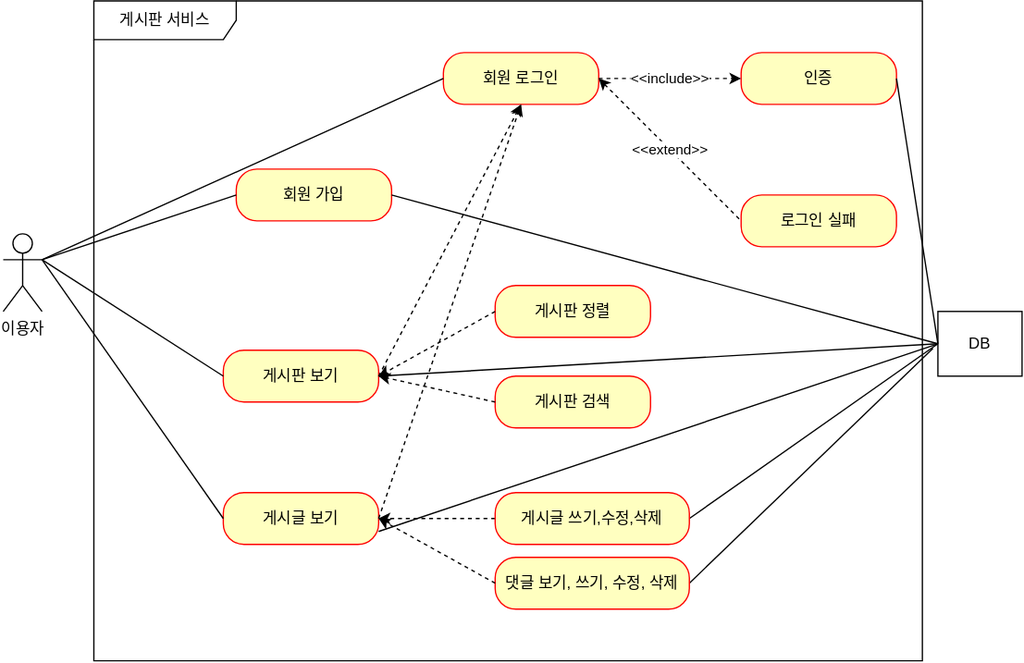
Before: document/use-case.svg, a diagram exported from draw.io (jy-hwang/fastcampus-project-board). Source tidied: cells renumbered, new cells last; positions are measured from the earlier drawing's top-left corner, leaving out a move shared by most shapes.
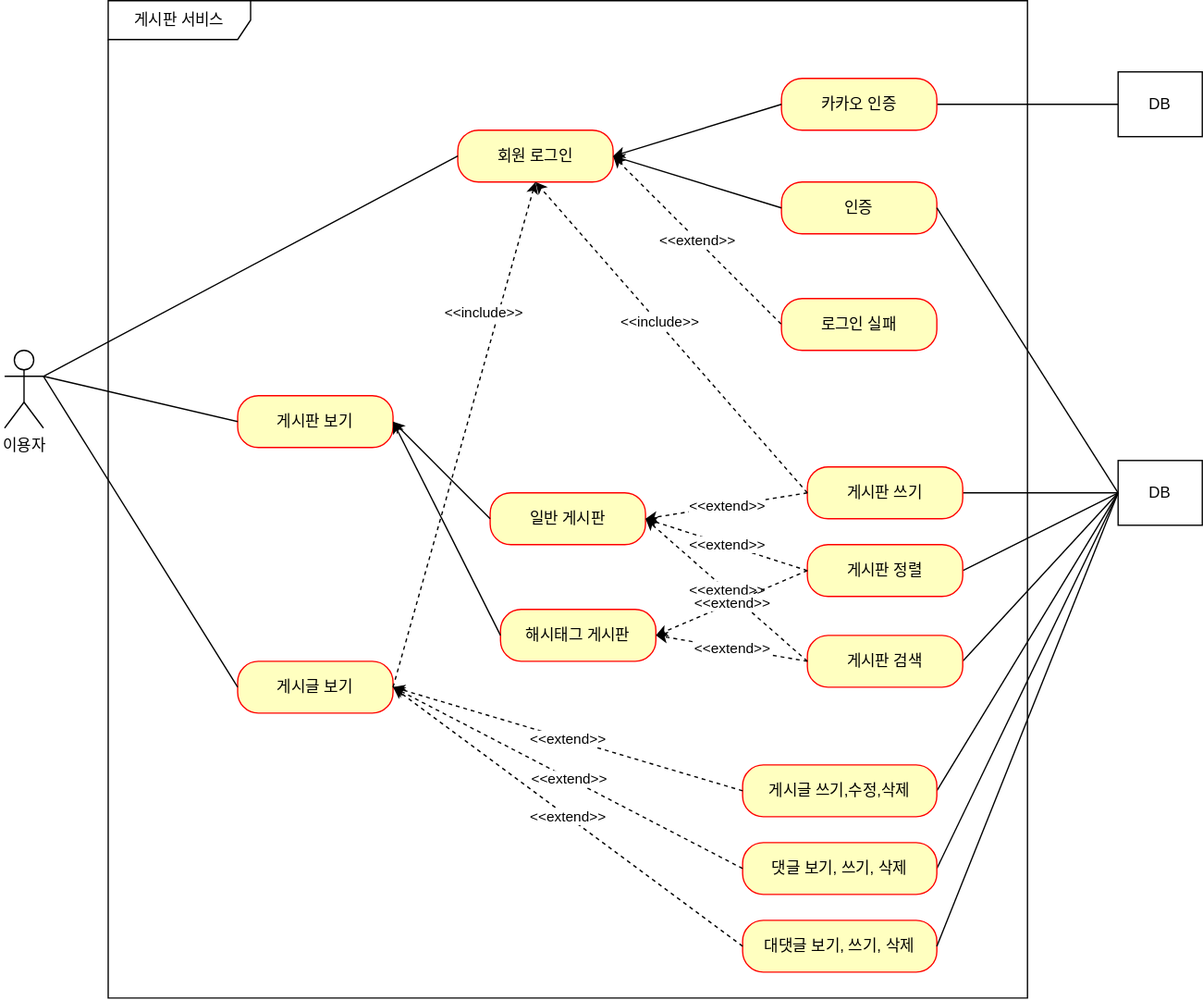
Above is the later version.

Commit message:
#58 - use-case.svg : 카카오 인증 유스 케이스 추가(대댓글은 미리 표현하였음)

What changed in the source:
```diff
@@ -3,53 +3,47 @@
     <mxCell id="0" />
     <mxCell id="1" parent="0" />
     <mxCell id="2" value="이용자&lt;br&gt;" style="shape=umlActor;verticalLabelPosition=bottom;verticalAlign=top;html=1;" parent="1" vertex="1">
-      <mxGeometry y="180" width="30" height="60" as="geometry" />
+      <mxGeometry x="-10" y="10" width="30" height="60" as="geometry" />
     </mxCell>
     <mxCell id="3" value="게시판 서비스" style="shape=umlFrame;whiteSpace=wrap;html=1;width=110;height=30;" parent="1" vertex="1">
-      <mxGeometry x="70" width="640" height="510" as="geometry" />
+      <mxGeometry x="70" y="-260" width="710" height="770" as="geometry" />
     </mxCell>
-    <mxCell id="4" value="회원 가입" style="rounded=1;whiteSpace=wrap;html=1;arcSize=40;fontColor=#000000;fillColor=#ffffc0;strokeColor=#ff0000;" parent="1" vertex="1">
-      <mxGeometry x="180" y="130" width="120" height="40" as="geometry" />
-    </mxCell>
     <mxCell id="5" value="게시판 보기" style="rounded=1;whiteSpace=wrap;html=1;arcSize=40;fontColor=#000000;fillColor=#ffffc0;strokeColor=#ff0000;" parent="1" vertex="1">
-      <mxGeometry x="170" y="270" width="120" height="40" as="geometry" />
+      <mxGeometry x="170" y="45" width="120" height="40" as="geometry" />
     </mxCell>
     <mxCell id="6" value="게시글 보기" style="rounded=1;whiteSpace=wrap;html=1;arcSize=40;fontColor=#000000;fillColor=#ffffc0;strokeColor=#ff0000;" parent="1" vertex="1">
-      <mxGeometry x="170" y="380" width="120" height="40" as="geometry" />
+      <mxGeometry x="170" y="250" width="120" height="40" as="geometry" />
     </mxCell>
     <mxCell id="7" value="회원 로그인" style="rounded=1;whiteSpace=wrap;html=1;arcSize=40;fontColor=#000000;fillColor=#ffffc0;strokeColor=#ff0000;" parent="1" vertex="1">
-      <mxGeometry x="340" y="40" width="120" height="40" as="geometry" />
+      <mxGeometry x="340" y="-160" width="120" height="40" as="geometry" />
     </mxCell>
     <mxCell id="8" value="인증" style="rounded=1;whiteSpace=wrap;html=1;arcSize=40;fontColor=#000000;fillColor=#ffffc0;strokeColor=#ff0000;" parent="1" vertex="1">
-      <mxGeometry x="570" y="40" width="120" height="40" as="geometry" />
+      <mxGeometry x="590" y="-120" width="120" height="40" as="geometry" />
     </mxCell>
     <mxCell id="9" value="로그인 실패" style="rounded=1;whiteSpace=wrap;html=1;arcSize=40;fontColor=#000000;fillColor=#ffffc0;strokeColor=#ff0000;" parent="1" vertex="1">
-      <mxGeometry x="570" y="150" width="120" height="40" as="geometry" />
+      <mxGeometry x="590" y="-30" width="120" height="40" as="geometry" />
     </mxCell>
+    <mxCell id="33" style="rounded=0;jettySize=auto;html=1;endArrow=none;endFill=0;" parent="1" edge="1" source="10" target="28">
+      <mxGeometry relative="1" as="geometry" />
+    </mxCell>
-    <mxCell id="10" value="게시판 정렬" style="rounded=1;whiteSpace=wrap;html=1;arcSize=40;fontColor=#000000;fillColor=#ffffc0;strokeColor=#ff0000;" parent="1" vertex="1">
-      <mxGeometry x="380" y="220" width="120" height="40" as="geometry" />
+    <mxCell id="10" value="게시판 쓰기" style="rounded=1;whiteSpace=wrap;html=1;arcSize=40;fontColor=#000000;fillColor=#ffffc0;strokeColor=#ff0000;" parent="1" vertex="1">
+      <mxGeometry x="610" y="100" width="120" height="40" as="geometry" />
     </mxCell>
-    <mxCell id="11" value="게시판 검색" style="rounded=1;whiteSpace=wrap;html=1;arcSize=40;fontColor=#000000;fillColor=#ffffc0;strokeColor=#ff0000;" parent="1" vertex="1">
-      <mxGeometry x="380" y="290" width="120" height="40" as="geometry" />
+    <mxCell id="11" value="해시태그 게시판" style="rounded=1;whiteSpace=wrap;html=1;arcSize=40;fontColor=#000000;fillColor=#ffffc0;strokeColor=#ff0000;" parent="1" vertex="1">
+      <mxGeometry x="373" y="210" width="120" height="40" as="geometry" />
     </mxCell>
-    <mxCell id="12" style="edgeStyle=orthogonalEdgeStyle;rounded=0;jettySize=auto;html=1;dashed=1;" parent="1" edge="1" source="14" target="6">
-      <mxGeometry relative="1" as="geometry" />
-    </mxCell>
     <mxCell id="13" style="rounded=0;jettySize=auto;html=1;entryX=0;entryY=0.5;entryDx=0;entryDy=0;exitX=1;exitY=0.5;exitDx=0;exitDy=0;endArrow=none;endFill=0;" parent="1" edge="1" source="14" target="28">
       <mxGeometry relative="1" as="geometry" />
     </mxCell>
     <mxCell id="14" value="게시글 쓰기,수정,삭제" style="rounded=1;whiteSpace=wrap;html=1;arcSize=40;fontColor=#000000;fillColor=#ffffc0;strokeColor=#ff0000;" parent="1" vertex="1">
-      <mxGeometry x="380" y="380" width="150" height="40" as="geometry" />
+      <mxGeometry x="560" y="330" width="150" height="40" as="geometry" />
     </mxCell>
-    <mxCell id="15" style="rounded=0;jettySize=auto;html=1;entryX=-0.059;entryY=0.572;entryDx=0;entryDy=0;entryPerimeter=0;endArrow=none;endFill=0;exitX=1;exitY=0.5;exitDx=0;exitDy=0;" parent="1" edge="1" source="16" target="28">
+    <mxCell id="15" style="rounded=0;jettySize=auto;html=1;entryX=0;entryY=0.5;entryDx=0;entryDy=0;endArrow=none;endFill=0;exitX=1;exitY=0.5;exitDx=0;exitDy=0;" parent="1" edge="1" source="16" target="28">
       <mxGeometry relative="1" as="geometry" />
     </mxCell>
-    <mxCell id="16" value="댓글 보기, 쓰기, 수정, 삭제" style="rounded=1;whiteSpace=wrap;html=1;arcSize=40;fontColor=#000000;fillColor=#ffffc0;strokeColor=#ff0000;" parent="1" vertex="1">
-      <mxGeometry x="380" y="430" width="150" height="40" as="geometry" />
+    <mxCell id="16" value="댓글 보기, 쓰기, 삭제" style="rounded=1;whiteSpace=wrap;html=1;arcSize=40;fontColor=#000000;fillColor=#ffffc0;strokeColor=#ff0000;" parent="1" vertex="1">
+      <mxGeometry x="560" y="390" width="150" height="40" as="geometry" />
     </mxCell>
-    <mxCell id="17" style="endArrow=none;html=1;rounded=0;exitX=0;exitY=0.5;exitDx=0;exitDy=0;entryX=1;entryY=0.3333333333333333;entryDx=0;entryDy=0;entryPerimeter=0;endFill=0;" parent="1" edge="1" source="4" target="2">
-      <mxGeometry relative="1" as="geometry" />
-    </mxCell>
     <mxCell id="18" style="endArrow=none;html=1;rounded=0;entryX=0;entryY=0.5;entryDx=0;entryDy=0;exitX=1;exitY=0.3333333333333333;exitDx=0;exitDy=0;exitPerimeter=0;" parent="1" edge="1" source="2" target="7">
       <mxGeometry relative="1" as="geometry" />
     </mxCell>
@@ -59,45 +53,124 @@
     <mxCell id="20" style="endArrow=none;html=1;rounded=0;entryX=0;entryY=0.5;entryDx=0;entryDy=0;exitX=1;exitY=0.3333333333333333;exitDx=0;exitDy=0;exitPerimeter=0;" parent="1" edge="1" source="2" target="6">
       <mxGeometry relative="1" as="geometry" />
     </mxCell>
-    <mxCell id="21" value="&amp;lt;&amp;lt;include&amp;gt;&amp;gt;" style="endArrow=classic;html=1;rounded=0;entryX=0;entryY=0.5;entryDx=0;entryDy=0;exitX=1;exitY=0.5;exitDx=0;exitDy=0;dashed=1;endFill=1;" parent="1" edge="1" source="7" target="8">
-      <mxGeometry relative="1" as="geometry" />
-    </mxCell>
     <mxCell id="22" value="&amp;lt;&amp;lt;extend&amp;gt;&amp;gt;" style="endArrow=none;html=1;rounded=0;entryX=0;entryY=0.5;entryDx=0;entryDy=0;exitX=1;exitY=0.5;exitDx=0;exitDy=0;startArrow=classic;startFill=1;dashed=1;" parent="1" edge="1" source="7" target="9">
       <mxGeometry relative="1" as="geometry" />
     </mxCell>
-    <mxCell id="23" style="endArrow=classic;html=1;rounded=0;entryX=0.5;entryY=1;entryDx=0;entryDy=0;exitX=1;exitY=0.5;exitDx=0;exitDy=0;dashed=1;" parent="1" edge="1" source="5" target="7">
-      <mxGeometry relative="1" as="geometry" />
-    </mxCell>
-    <mxCell id="24" style="endArrow=classic;html=1;rounded=0;exitX=1;exitY=0.5;exitDx=0;exitDy=0;dashed=1;" parent="1" edge="1" source="6">
-      <mxGeometry relative="1" as="geometry">
-        <mxPoint x="400" y="80" as="targetPoint" />
-      </mxGeometry>
-    </mxCell>
-    <mxCell id="25" style="endArrow=classic;html=1;rounded=0;exitX=0;exitY=0.5;exitDx=0;exitDy=0;dashed=1;entryX=1;entryY=0.5;entryDx=0;entryDy=0;" parent="1" edge="1" source="10" target="5">
-      <mxGeometry relative="1" as="geometry" />
-    </mxCell>
-    <mxCell id="26" style="endArrow=classic;html=1;rounded=0;exitX=0;exitY=0.5;exitDx=0;exitDy=0;dashed=1;" parent="1" edge="1" source="11">
-      <mxGeometry relative="1" as="geometry">
-        <mxPoint x="290" y="290" as="targetPoint" />
-      </mxGeometry>
-    </mxCell>
+    <mxCell id="28" value="DB" style="html=1;whiteSpace=wrap;" parent="1" vertex="1">
+      <mxGeometry x="850" y="95" width="65" height="50" as="geometry" />
+    </mxCell>
+    <mxCell id="30" style="endArrow=none;html=1;rounded=0;exitX=1;exitY=0.5;exitDx=0;exitDy=0;entryX=0;entryY=0.5;entryDx=0;entryDy=0;" parent="1" edge="1" source="8" target="28">
+      <mxGeometry relative="1" as="geometry" />
+    </mxCell>
+    <mxCell id="34" value="일반 게시판" style="rounded=1;whiteSpace=wrap;html=1;arcSize=40;fontColor=#000000;fillColor=#ffffc0;strokeColor=#ff0000;" parent="1" vertex="1">
+      <mxGeometry x="365" y="120" width="120" height="40" as="geometry" />
+    </mxCell>
+    <mxCell id="35" style="rounded=0;jettySize=auto;html=1;entryX=0;entryY=0.5;entryDx=0;entryDy=0;endArrow=none;endFill=0;exitX=1;exitY=0.5;exitDx=0;exitDy=0;" parent="1" edge="1" source="36" target="28">
+      <mxGeometry relative="1" as="geometry" />
+    </mxCell>
+    <mxCell id="36" value="게시판 정렬" style="rounded=1;whiteSpace=wrap;html=1;arcSize=40;fontColor=#000000;fillColor=#ffffc0;strokeColor=#ff0000;" parent="1" vertex="1">
+      <mxGeometry x="610" y="160" width="120" height="40" as="geometry" />
+    </mxCell>
+    <mxCell id="37" style="rounded=0;jettySize=auto;html=1;endArrow=none;endFill=0;exitX=1;exitY=0.5;exitDx=0;exitDy=0;" parent="1" edge="1" source="38">
+      <mxGeometry relative="1" as="geometry">
+        <mxPoint x="850" y="120" as="targetPoint" />
+      </mxGeometry>
+    </mxCell>
+    <mxCell id="38" value="게시판 검색" style="rounded=1;whiteSpace=wrap;html=1;arcSize=40;fontColor=#000000;fillColor=#ffffc0;strokeColor=#ff0000;" parent="1" vertex="1">
+      <mxGeometry x="610" y="230" width="120" height="40" as="geometry" />
+    </mxCell>
+    <mxCell id="39" value="대댓글 보기, 쓰기, 삭제" style="rounded=1;whiteSpace=wrap;html=1;arcSize=40;fontColor=#000000;fillColor=#ffffc0;strokeColor=#ff0000;" parent="1" vertex="1">
+      <mxGeometry x="560" y="450" width="150" height="40" as="geometry" />
+    </mxCell>
+    <mxCell id="12" style="endArrow=classic;html=1;rounded=0;entryX=1;entryY=0.5;entryDx=0;entryDy=0;exitX=0;exitY=0.5;exitDx=0;exitDy=0;dashed=1;" parent="1" edge="1" source="14" target="6">
+      <mxGeometry relative="1" as="geometry" />
+    </mxCell>
+    <mxCell id="40" value="&amp;lt;&amp;lt;extend&amp;gt;&amp;gt;" style="edgeLabel;html=1;align=center;verticalAlign=middle;" parent="12" vertex="1">
+      <mxGeometry relative="1" as="geometry" />
+    </mxCell>
-    <mxCell id="27" style="rounded=0;jettySize=auto;html=1;dashed=1;entryX=1;entryY=0.5;entryDx=0;entryDy=0;exitX=0;exitY=0.5;exitDx=0;exitDy=0;" parent="1" edge="1" source="16" target="6">
+    <mxCell id="27" style="endArrow=classic;html=1;rounded=0;entryX=1;entryY=0.5;entryDx=0;entryDy=0;exitX=0;exitY=0.5;exitDx=0;exitDy=0;dashed=1;" parent="1" edge="1" source="16" target="6">
       <mxGeometry relative="1" as="geometry" />
     </mxCell>
-    <mxCell id="28" value="DB" style="html=1;whiteSpace=wrap;" parent="1" vertex="1">
-      <mxGeometry x="722" y="240" width="65" height="50" as="geometry" />
-    </mxCell>
-    <mxCell id="29" style="endArrow=none;html=1;rounded=0;exitX=1;exitY=0.5;exitDx=0;exitDy=0;entryX=0;entryY=0.5;entryDx=0;entryDy=0;" parent="1" edge="1" source="4" target="28">
-      <mxGeometry relative="1" as="geometry" />
-    </mxCell>
-    <mxCell id="30" style="endArrow=none;html=1;rounded=0;exitX=1;exitY=0.5;exitDx=0;exitDy=0;entryX=0;entryY=0.5;entryDx=0;entryDy=0;" parent="1" edge="1" source="8" target="28">
-      <mxGeometry relative="1" as="geometry" />
-    </mxCell>
-    <mxCell id="31" style="endArrow=none;html=1;rounded=0;exitX=1;exitY=0.5;exitDx=0;exitDy=0;entryX=0;entryY=0.5;entryDx=0;entryDy=0;" parent="1" edge="1" source="5" target="28">
-      <mxGeometry relative="1" as="geometry" />
-    </mxCell>
-    <mxCell id="32" style="endArrow=none;html=1;rounded=0;entryX=0;entryY=0.5;entryDx=0;entryDy=0;exitX=1;exitY=0.75;exitDx=0;exitDy=0;" parent="1" edge="1" source="6" target="28">
-      <mxGeometry relative="1" as="geometry" />
-    </mxCell>
+    <mxCell id="41" value="&amp;lt;&amp;lt;extend&amp;gt;&amp;gt;" style="edgeLabel;html=1;align=center;verticalAlign=middle;" parent="27" vertex="1">
+      <mxGeometry relative="1" as="geometry" />
+    </mxCell>
+    <mxCell id="42" style="endArrow=classic;html=1;rounded=0;entryX=1;entryY=0.5;entryDx=0;entryDy=0;exitX=0;exitY=0.5;exitDx=0;exitDy=0;dashed=1;" parent="1" edge="1" source="39" target="6">
+      <mxGeometry relative="1" as="geometry" />
+    </mxCell>
+    <mxCell id="43" value="&amp;lt;&amp;lt;extend&amp;gt;&amp;gt;" style="edgeLabel;html=1;align=center;verticalAlign=middle;" parent="42" vertex="1">
+      <mxGeometry relative="1" as="geometry" />
+    </mxCell>
+    <mxCell id="44" style="endArrow=classic;html=1;rounded=0;entryX=1;entryY=0.5;entryDx=0;entryDy=0;exitX=0;exitY=0.5;exitDx=0;exitDy=0;dashed=1;" parent="1" edge="1" source="10" target="34">
+      <mxGeometry relative="1" as="geometry" />
+    </mxCell>
+    <mxCell id="45" value="&amp;lt;&amp;lt;extend&amp;gt;&amp;gt;" style="edgeLabel;html=1;align=center;verticalAlign=middle;" parent="44" vertex="1">
+      <mxGeometry relative="1" as="geometry" />
+    </mxCell>
+    <mxCell id="46" style="endArrow=classic;html=1;rounded=0;entryX=1;entryY=0.5;entryDx=0;entryDy=0;exitX=0;exitY=0.5;exitDx=0;exitDy=0;dashed=1;" parent="1" edge="1" source="36" target="34">
+      <mxGeometry relative="1" as="geometry" />
+    </mxCell>
+    <mxCell id="47" value="&amp;lt;&amp;lt;extend&amp;gt;&amp;gt;" style="edgeLabel;html=1;align=center;verticalAlign=middle;" parent="46" vertex="1">
+      <mxGeometry relative="1" as="geometry" />
+    </mxCell>
+    <mxCell id="48" style="endArrow=classic;html=1;rounded=0;entryX=1;entryY=0.5;entryDx=0;entryDy=0;exitX=0;exitY=0.5;exitDx=0;exitDy=0;dashed=1;" parent="1" edge="1" source="38" target="34">
+      <mxGeometry relative="1" as="geometry" />
+    </mxCell>
+    <mxCell id="49" value="&amp;lt;&amp;lt;extend&amp;gt;&amp;gt;" style="edgeLabel;html=1;align=center;verticalAlign=middle;" parent="48" vertex="1">
+      <mxGeometry relative="1" as="geometry" />
+    </mxCell>
+    <mxCell id="50" style="endArrow=classic;html=1;rounded=0;entryX=1;entryY=0.5;entryDx=0;entryDy=0;exitX=0;exitY=0.5;exitDx=0;exitDy=0;dashed=1;" parent="1" edge="1" source="38" target="11">
+      <mxGeometry relative="1" as="geometry" />
+    </mxCell>
+    <mxCell id="51" value="&amp;lt;&amp;lt;extend&amp;gt;&amp;gt;" style="edgeLabel;html=1;align=center;verticalAlign=middle;" parent="50" vertex="1">
+      <mxGeometry relative="1" as="geometry" />
+    </mxCell>
+    <mxCell id="52" style="endArrow=classic;html=1;rounded=0;entryX=1;entryY=0.5;entryDx=0;entryDy=0;exitX=0;exitY=0.5;exitDx=0;exitDy=0;dashed=1;" parent="1" edge="1" source="36" target="11">
+      <mxGeometry relative="1" as="geometry" />
+    </mxCell>
+    <mxCell id="53" value="&amp;lt;&amp;lt;extend&amp;gt;&amp;gt;" style="edgeLabel;html=1;align=center;verticalAlign=middle;" parent="52" vertex="1">
+      <mxGeometry relative="1" as="geometry" />
+    </mxCell>
+    <mxCell id="54" style="endArrow=classic;html=1;rounded=0;exitX=0;exitY=0.5;exitDx=0;exitDy=0;entryX=1;entryY=0.5;entryDx=0;entryDy=0;" parent="1" edge="1" source="11" target="5">
+      <mxGeometry relative="1" as="geometry" />
+    </mxCell>
+    <mxCell id="55" style="endArrow=classic;html=1;rounded=0;exitX=0;exitY=0.5;exitDx=0;exitDy=0;entryX=1;entryY=0.5;entryDx=0;entryDy=0;" parent="1" edge="1" source="34" target="5">
+      <mxGeometry relative="1" as="geometry" />
+    </mxCell>
+    <mxCell id="56" style="endArrow=classic;html=1;rounded=0;entryX=0.5;entryY=1;entryDx=0;entryDy=0;exitX=1;exitY=0.5;exitDx=0;exitDy=0;dashed=1;" parent="1" edge="1" source="6" target="7">
+      <mxGeometry relative="1" as="geometry" />
+    </mxCell>
+    <mxCell id="57" value="&amp;lt;&amp;lt;include&amp;gt;&amp;gt;" style="edgeLabel;html=1;align=center;verticalAlign=middle;" parent="56" vertex="1">
+      <mxGeometry relative="1" as="geometry">
+        <mxPoint x="15" y="-95" as="offset" />
+      </mxGeometry>
+    </mxCell>
+    <mxCell id="58" style="endArrow=classic;html=1;rounded=0;exitX=0;exitY=0.5;exitDx=0;exitDy=0;dashed=1;" parent="1" edge="1" source="10">
+      <mxGeometry relative="1" as="geometry">
+        <mxPoint x="400" y="-120" as="targetPoint" />
+      </mxGeometry>
+    </mxCell>
+    <mxCell id="59" value="&amp;lt;&amp;lt;include&amp;gt;&amp;gt;" style="edgeLabel;html=1;align=center;verticalAlign=middle;" parent="58" vertex="1">
+      <mxGeometry relative="1" as="geometry">
+        <mxPoint x="-10" y="-13" as="offset" />
+      </mxGeometry>
+    </mxCell>
+    <mxCell id="60" style="rounded=0;jettySize=auto;html=1;entryX=0;entryY=0.5;entryDx=0;entryDy=0;endArrow=none;endFill=0;" parent="1" edge="1" source="61" target="64">
+      <mxGeometry relative="1" as="geometry" />
+    </mxCell>
+    <mxCell id="61" value="카카오 인증" style="rounded=1;whiteSpace=wrap;html=1;arcSize=40;fontColor=#000000;fillColor=#ffffc0;strokeColor=#ff0000;" parent="1" vertex="1">
+      <mxGeometry x="590" y="-200" width="120" height="40" as="geometry" />
+    </mxCell>
+    <mxCell id="62" style="endArrow=classic;html=1;rounded=0;exitX=0;exitY=0.5;exitDx=0;exitDy=0;entryX=1;entryY=0.5;entryDx=0;entryDy=0;" parent="1" edge="1" source="8" target="7">
+      <mxGeometry relative="1" as="geometry" />
+    </mxCell>
+    <mxCell id="63" style="endArrow=classic;html=1;rounded=0;exitX=0;exitY=0.5;exitDx=0;exitDy=0;entryX=1;entryY=0.5;entryDx=0;entryDy=0;" parent="1" edge="1" source="61" target="7">
+      <mxGeometry relative="1" as="geometry" />
+    </mxCell>
+    <mxCell id="64" value="DB" style="html=1;whiteSpace=wrap;" parent="1" vertex="1">
+      <mxGeometry x="850" y="-205" width="65" height="50" as="geometry" />
+    </mxCell>
+    <mxCell id="65" style="rounded=0;jettySize=auto;html=1;entryX=0;entryY=0.5;entryDx=0;entryDy=0;endArrow=none;endFill=0;exitX=1;exitY=0.5;exitDx=0;exitDy=0;" parent="1" edge="1" source="39" target="28">
+      <mxGeometry relative="1" as="geometry" />
+    </mxCell>
   </root>
 </mxGraphModel>
```
